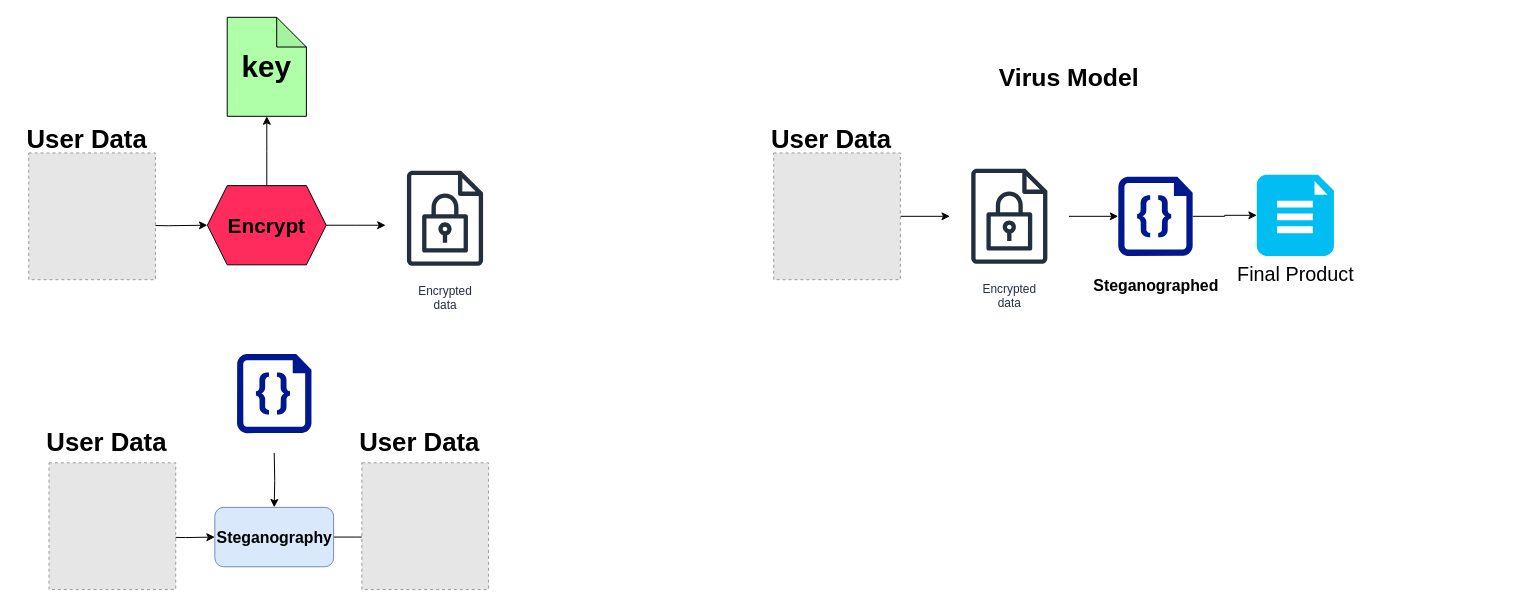
This is Python Language/Projects/Project_14_Crypto_Stegano_Graphy/flow.drawio from Ahad160/Codeing, a draw.io file, before an edit. Source tidied: cells renumbered, new cells numbered last; positions are measured from the earlier drawing's top-left corner, leaving out a move shared by most shapes. Both pictures are drawn from the tidied source at 99%, with x=0, y=0 at pixel (17, 17). Pictures stored in the file or linked from it are replaced by grey dashed boxes.
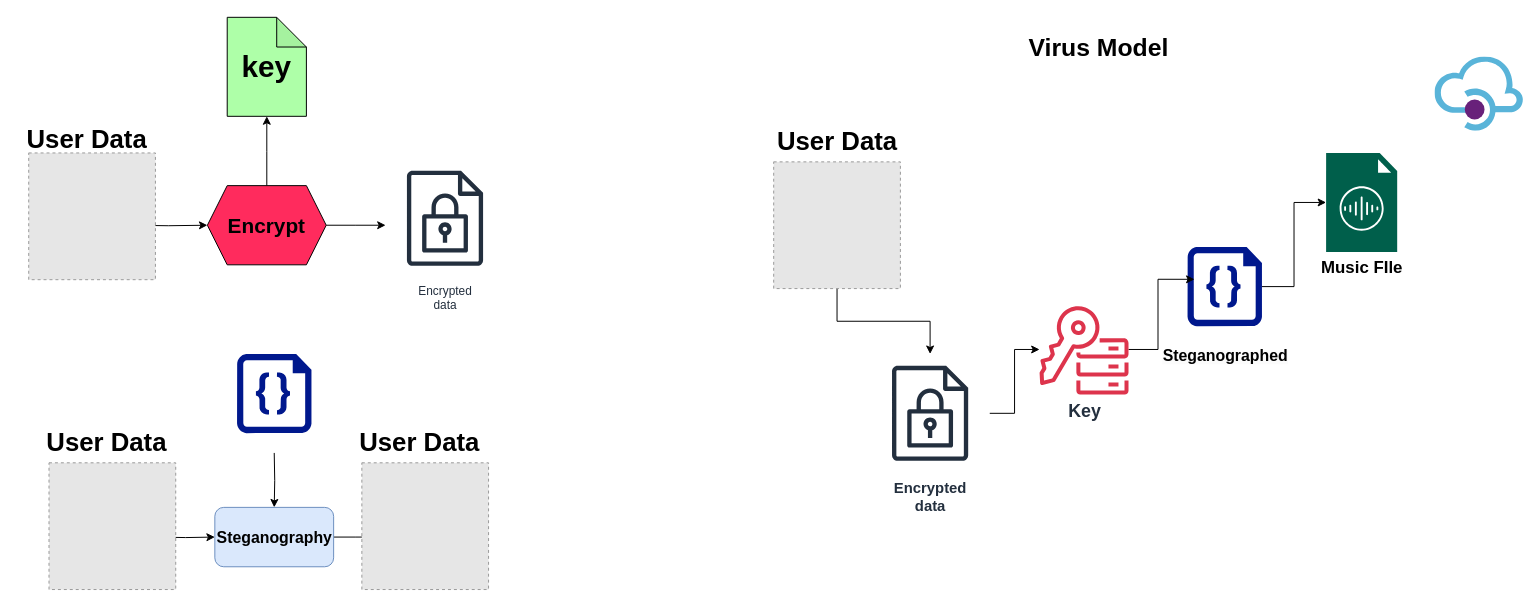
Above is the later version.

Diff of the diagram source:
```diff
@@
     <mxCell id="19" value="&lt;span style=&quot;font-size: 25px;&quot;&gt;&lt;b&gt;Virus Model&lt;/b&gt;&lt;/span&gt;" style="text;html=1;align=center;verticalAlign=middle;strokeColor=none;fillColor=none;" parent="1" vertex="1">
-      <mxGeometry x="982" y="40" width="160" height="40" as="geometry" />
+      <mxGeometry x="1012" y="10" width="160" height="40" as="geometry" />
     </mxCell>
@@
     <mxCell id="21" style="fillColor=#E6E6E6;strokeColor=#999999;dashed=1;html=1;verticalAlign=top;verticalLabelPosition=bottom;labelBackgroundColor=#ffffff;" parent="1" vertex="1">
-      <mxGeometry x="764" y="137" width="128" height="128" as="geometry" />
+      <mxGeometry x="764" y="146" width="128" height="128" as="geometry" />
     </mxCell>
     <mxCell id="22" value="&lt;font style=&quot;font-size: 26px;&quot;&gt;&lt;b&gt;User Data&lt;/b&gt;&lt;/font&gt;" style="text;html=1;align=center;verticalAlign=middle;strokeColor=none;fillColor=none;" parent="1" vertex="1">
-      <mxGeometry x="752" y="103" width="140" height="40" as="geometry" />
+      <mxGeometry x="758" y="106" width="140" height="40" as="geometry" />
     </mxCell>
-    <mxCell id="23" style="edgeStyle=orthogonalEdgeStyle;rounded=0;jettySize=auto;html=1;" parent="1" edge="1" source="24" target="26">
-      <mxGeometry relative="1" as="geometry" />
-    </mxCell>
+    <mxCell id="28" style="edgeStyle=orthogonalEdgeStyle;rounded=0;jettySize=auto;html=1;" parent="1" edge="1" source="24" target="31">
+      <mxGeometry relative="1" as="geometry" />
+    </mxCell>
-    <mxCell id="24" value="Encrypted&#10;data" style="sketch=0;outlineConnect=0;fontColor=#232F3E;gradientColor=none;strokeColor=#232F3E;fillColor=#ffffff;dashed=0;verticalLabelPosition=bottom;verticalAlign=top;align=center;html=1;fontSize=12;fontStyle=0;shape=mxgraph.aws4.resourceIcon;resIcon=mxgraph.aws4.encrypted_data;" parent="1" vertex="1">
-      <mxGeometry x="942" y="141" width="120" height="120" as="geometry" />
+    <mxCell id="24" value="&lt;b style=&quot;font-size: 15px;&quot;&gt;Encrypted&lt;br&gt;data&lt;/b&gt;" style="sketch=0;outlineConnect=0;fontColor=#232F3E;gradientColor=none;strokeColor=#232F3E;fillColor=#ffffff;dashed=0;verticalLabelPosition=bottom;verticalAlign=top;align=center;html=1;fontSize=12;fontStyle=0;shape=mxgraph.aws4.resourceIcon;resIcon=mxgraph.aws4.encrypted_data;" parent="1" vertex="1">
+      <mxGeometry x="862" y="340" width="120" height="120" as="geometry" />
     </mxCell>
-    <mxCell id="25" style="edgeStyle=orthogonalEdgeStyle;rounded=0;jettySize=auto;html=1;" parent="1" edge="1" source="26" target="27">
-      <mxGeometry relative="1" as="geometry" />
-    </mxCell>
+    <mxCell id="29" style="edgeStyle=orthogonalEdgeStyle;rounded=0;jettySize=auto;html=1;" parent="1" edge="1" source="26" target="32">
+      <mxGeometry relative="1" as="geometry" />
+    </mxCell>
     <mxCell id="26" value="&lt;br&gt;&lt;b style=&quot;border-color: var(--border-color); color: rgb(0, 0, 0); font-family: Helvetica; font-size: 12px; font-style: normal; font-variant-ligatures: normal; font-variant-caps: normal; letter-spacing: normal; orphans: 2; text-align: center; text-indent: 0px; text-transform: none; widows: 2; word-spacing: 0px; -webkit-text-stroke-width: 0px; background-color: rgb(251, 251, 251); text-decoration-thickness: initial; text-decoration-style: initial; text-decoration-color: initial;&quot;&gt;&lt;font style=&quot;border-color: var(--border-color); font-size: 16px;&quot;&gt;Steganographed&lt;/font&gt;&lt;/b&gt;" style="sketch=0;shadow=0;dashed=0;html=1;strokeColor=none;labelPosition=center;verticalLabelPosition=bottom;verticalAlign=top;align=center;fillColor=#00188D;shape=mxgraph.azure.code_file;" parent="1" vertex="1">
-      <mxGeometry x="1112" y="161" width="75.2" height="80" as="geometry" />
+      <mxGeometry x="1182" y="232" width="75.2" height="80" as="geometry" />
     </mxCell>
-    <mxCell id="27" value="&lt;font style=&quot;font-size: 20px;&quot;&gt;Final Product&lt;/font&gt;" style="verticalLabelPosition=bottom;html=1;verticalAlign=top;align=center;strokeColor=none;fillColor=#00BEF2;shape=mxgraph.azure.file_2;" parent="1" vertex="1">
-      <mxGeometry x="1252" y="159" width="77.9" height="82" as="geometry" />
-    </mxCell>
+    <mxCell id="30" style="edgeStyle=orthogonalEdgeStyle;rounded=0;jettySize=auto;html=1;entryX=0.094;entryY=0.408;entryDx=0;entryDy=0;entryPerimeter=0;" parent="1" edge="1" source="31" target="26">
+      <mxGeometry relative="1" as="geometry" />
+    </mxCell>
+    <mxCell id="31" value="&lt;b&gt;&lt;font style=&quot;font-size: 18px;&quot;&gt;Key&lt;/font&gt;&lt;/b&gt;" style="sketch=0;outlineConnect=0;fontColor=#232F3E;gradientColor=none;fillColor=#DD344C;strokeColor=none;dashed=0;verticalLabelPosition=bottom;verticalAlign=top;align=center;html=1;fontSize=12;fontStyle=0;shape=mxgraph.aws4.key_management_service_external_key_store;" parent="1" vertex="1">
+      <mxGeometry x="1032" y="290" width="91" height="91" as="geometry" />
+    </mxCell>
+    <mxCell id="32" value="&lt;b&gt;&lt;font style=&quot;font-size: 17px;&quot;&gt;Music FIle&lt;/font&gt;&lt;/b&gt;" style="sketch=0;shadow=0;dashed=0;html=1;strokeColor=none;fillColor=#005F4B;labelPosition=center;verticalLabelPosition=bottom;verticalAlign=top;align=center;outlineConnect=0;shape=mxgraph.veeam2.audio_file;" parent="1" vertex="1">
+      <mxGeometry x="1322" y="137" width="71.8" height="100" as="geometry" />
+    </mxCell>
+    <mxCell id="33" style="image;sketch=0;html=1;align=center;fontSize=12;image=img/lib/mscae/API_Management.svg;" parent="1" vertex="1">
+      <mxGeometry x="1432" y="40" width="89.3" height="75" as="geometry" />
+    </mxCell>
```
